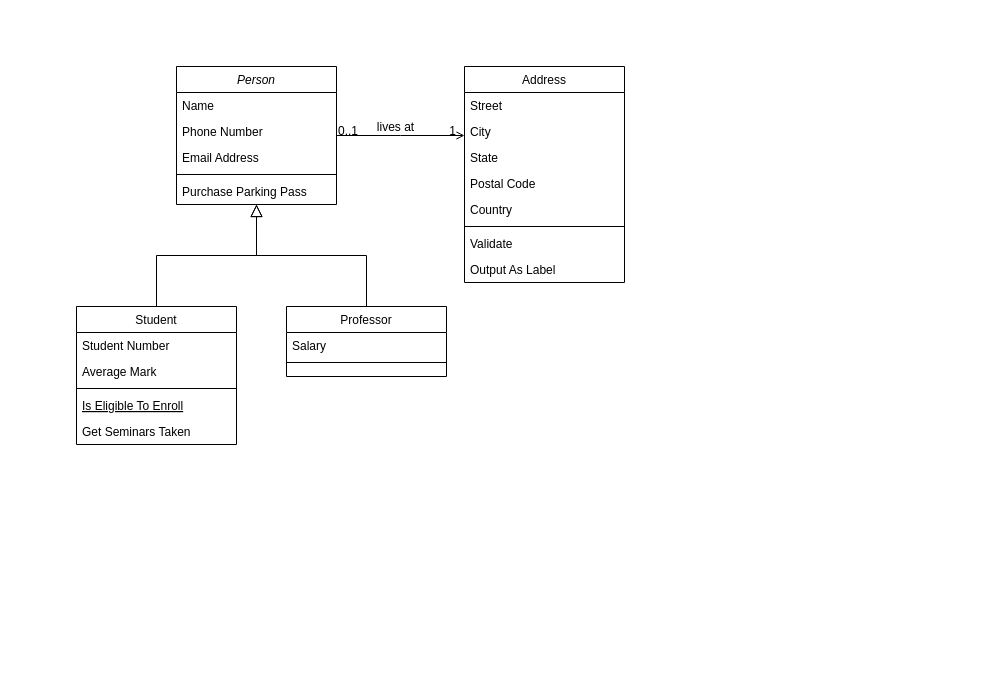
Before: classdiagram.drawio in forthegame/ANU2024, a draw.io diagram. Source tidied: cells renumbered, new cells numbered last; positions are measured from the earlier drawing's top-left corner, leaving out a move shared by most shapes. Both pictures are drawn from the tidied source at 100%, with x=0, y=0 at pixel (76, 66).
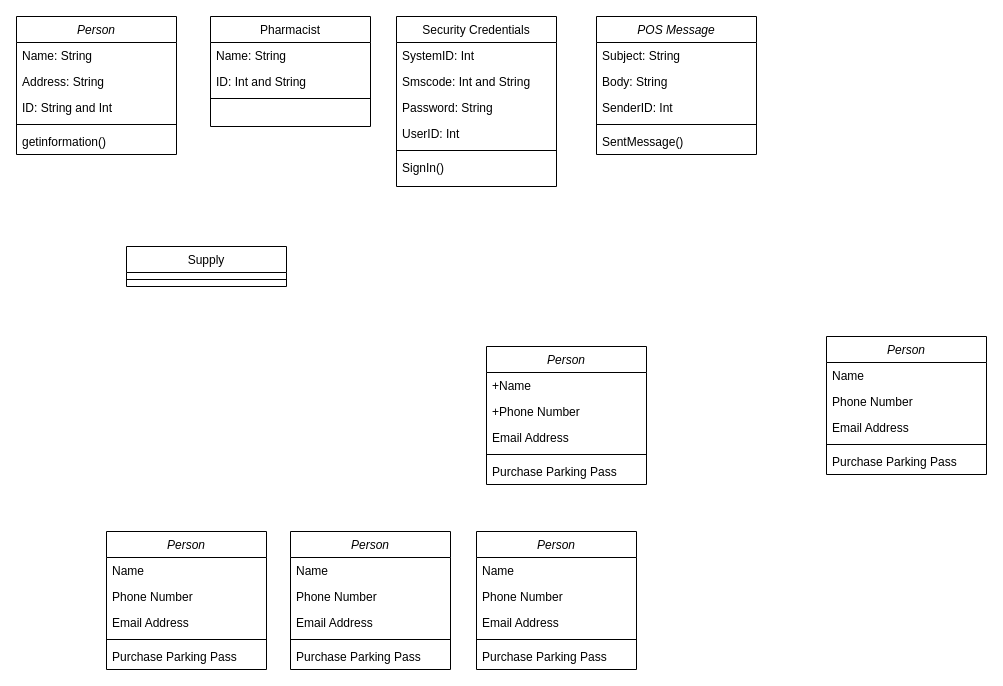
The same page after the edit.

What changed in the source:
```diff
@@
     <mxCell id="2" value="Person" style="swimlane;fontStyle=2;align=center;verticalAlign=top;horizontal=1;startSize=26;rounded=0;shadow=0;strokeWidth=1;" parent="1" vertex="1">
-      <mxGeometry x="100" width="160" height="138" as="geometry" />
+      <mxGeometry x="-60" y="-50" width="160" height="138" as="geometry" />
     </mxCell>
-    <mxCell id="3" value="Name" style="text;align=left;verticalAlign=top;spacingLeft=4;spacingRight=4;overflow=hidden;" parent="2" vertex="1">
+    <mxCell id="3" value="Name: String" style="text;align=left;verticalAlign=top;spacingLeft=4;spacingRight=4;overflow=hidden;" parent="2" vertex="1">
       <mxGeometry y="26" width="160" height="26" as="geometry" />
     </mxCell>
-    <mxCell id="4" value="Phone Number" style="text;align=left;verticalAlign=top;spacingLeft=4;spacingRight=4;overflow=hidden;rounded=0;shadow=0;html=0;" parent="2" vertex="1">
+    <mxCell id="4" value="Address: String" style="text;align=left;verticalAlign=top;spacingLeft=4;spacingRight=4;overflow=hidden;rounded=0;shadow=0;html=0;" parent="2" vertex="1">
       <mxGeometry y="52" width="160" height="26" as="geometry" />
     </mxCell>
-    <mxCell id="5" value="Email Address" style="text;align=left;verticalAlign=top;spacingLeft=4;spacingRight=4;overflow=hidden;rounded=0;shadow=0;html=0;" parent="2" vertex="1">
+    <mxCell id="5" value="ID: String and Int" style="text;align=left;verticalAlign=top;spacingLeft=4;spacingRight=4;overflow=hidden;rounded=0;shadow=0;html=0;" parent="2" vertex="1">
       <mxGeometry y="78" width="160" height="26" as="geometry" />
     </mxCell>
@@
-    <mxCell id="7" value="Purchase Parking Pass" style="text;align=left;verticalAlign=top;spacingLeft=4;spacingRight=4;overflow=hidden;" parent="2" vertex="1">
+    <mxCell id="7" value="getinformation()" style="text;align=left;verticalAlign=top;spacingLeft=4;spacingRight=4;overflow=hidden;" parent="2" vertex="1">
       <mxGeometry y="112" width="160" height="26" as="geometry" />
     </mxCell>
-    <mxCell id="8" value="Student" style="swimlane;fontStyle=0;align=center;verticalAlign=top;horizontal=1;startSize=26;rounded=0;shadow=0;strokeWidth=1;" parent="1" vertex="1">
-      <mxGeometry y="240" width="160" height="138" as="geometry" />
+    <mxCell id="8" value="Pharmacist" style="swimlane;fontStyle=0;align=center;verticalAlign=top;horizontal=1;startSize=26;rounded=0;shadow=0;strokeWidth=1;" parent="1" vertex="1">
+      <mxGeometry x="134" y="-50" width="160" height="110" as="geometry" />
     </mxCell>
-    <mxCell id="9" value="Student Number" style="text;align=left;verticalAlign=top;spacingLeft=4;spacingRight=4;overflow=hidden;" parent="8" vertex="1">
+    <mxCell id="9" value="Name: String" style="text;align=left;verticalAlign=top;spacingLeft=4;spacingRight=4;overflow=hidden;" parent="8" vertex="1">
       <mxGeometry y="26" width="160" height="26" as="geometry" />
     </mxCell>
-    <mxCell id="10" value="Average Mark" style="text;align=left;verticalAlign=top;spacingLeft=4;spacingRight=4;overflow=hidden;rounded=0;shadow=0;html=0;" parent="8" vertex="1">
+    <mxCell id="10" value="ID: Int and String" style="text;align=left;verticalAlign=top;spacingLeft=4;spacingRight=4;overflow=hidden;rounded=0;shadow=0;html=0;" parent="8" vertex="1">
       <mxGeometry y="52" width="160" height="26" as="geometry" />
     </mxCell>
@@
-    <mxCell id="12" value="Is Eligible To Enroll" style="text;align=left;verticalAlign=top;spacingLeft=4;spacingRight=4;overflow=hidden;fontStyle=4;" parent="8" vertex="1">
-      <mxGeometry y="86" width="160" height="26" as="geometry" />
-    </mxCell>
-    <mxCell id="13" value="Get Seminars Taken" style="text;align=left;verticalAlign=top;spacingLeft=4;spacingRight=4;overflow=hidden;" parent="8" vertex="1">
-      <mxGeometry y="112" width="160" height="26" as="geometry" />
-    </mxCell>
-    <mxCell id="14" style="endArrow=block;endSize=10;endFill=0;shadow=0;strokeWidth=1;rounded=0;edgeStyle=elbowEdgeStyle;elbow=vertical;" parent="1" edge="1" source="8" target="2">
-      <mxGeometry relative="1" as="geometry" />
-    </mxCell>
-    <mxCell id="15" value="Professor" style="swimlane;fontStyle=0;align=center;verticalAlign=top;horizontal=1;startSize=26;rounded=0;shadow=0;strokeWidth=1;" parent="1" vertex="1">
-      <mxGeometry x="210" y="240" width="160" height="70" as="geometry" />
+    <mxCell id="15" value="Supply" style="swimlane;fontStyle=0;align=center;verticalAlign=top;horizontal=1;startSize=26;rounded=0;shadow=0;strokeWidth=1;" parent="1" vertex="1">
+      <mxGeometry x="50" y="180" width="160" height="40" as="geometry" />
     </mxCell>
-    <mxCell id="16" value="Salary" style="text;align=left;verticalAlign=top;spacingLeft=4;spacingRight=4;overflow=hidden;" parent="15" vertex="1">
-      <mxGeometry y="26" width="160" height="26" as="geometry" />
-    </mxCell>
     <mxCell id="17" style="line;html=1;strokeWidth=1;align=left;verticalAlign=middle;spacingTop=-1;spacingLeft=3;spacingRight=3;labelPosition=right;" parent="15" vertex="1">
-      <mxGeometry y="52" width="160" height="8" as="geometry" />
+      <mxGeometry y="26" width="160" height="14" as="geometry" />
     </mxCell>
-    <mxCell id="18" style="endArrow=block;endSize=10;endFill=0;shadow=0;strokeWidth=1;rounded=0;edgeStyle=elbowEdgeStyle;elbow=vertical;" parent="1" edge="1" source="15" target="2">
-      <mxGeometry relative="1" as="geometry" />
-    </mxCell>
-    <mxCell id="19" value="Address" style="swimlane;fontStyle=0;align=center;verticalAlign=top;horizontal=1;startSize=26;rounded=0;shadow=0;strokeWidth=1;" parent="1" vertex="1">
-      <mxGeometry x="388" width="160" height="216" as="geometry" />
+    <mxCell id="19" value="Security Credentials" style="swimlane;fontStyle=0;align=center;verticalAlign=top;horizontal=1;startSize=26;rounded=0;shadow=0;strokeWidth=1;" parent="1" vertex="1">
+      <mxGeometry x="320" y="-50" width="160" height="170" as="geometry" />
     </mxCell>
-    <mxCell id="20" value="Street" style="text;align=left;verticalAlign=top;spacingLeft=4;spacingRight=4;overflow=hidden;" parent="19" vertex="1">
+    <mxCell id="20" value="SystemID: Int" style="text;align=left;verticalAlign=top;spacingLeft=4;spacingRight=4;overflow=hidden;" parent="19" vertex="1">
       <mxGeometry y="26" width="160" height="26" as="geometry" />
     </mxCell>
-    <mxCell id="21" value="City" style="text;align=left;verticalAlign=top;spacingLeft=4;spacingRight=4;overflow=hidden;rounded=0;shadow=0;html=0;" parent="19" vertex="1">
+    <mxCell id="21" value="Smscode: Int and String" style="text;align=left;verticalAlign=top;spacingLeft=4;spacingRight=4;overflow=hidden;rounded=0;shadow=0;html=0;" parent="19" vertex="1">
       <mxGeometry y="52" width="160" height="26" as="geometry" />
     </mxCell>
-    <mxCell id="22" value="State" style="text;align=left;verticalAlign=top;spacingLeft=4;spacingRight=4;overflow=hidden;rounded=0;shadow=0;html=0;" parent="19" vertex="1">
+    <mxCell id="22" value="Password: String" style="text;align=left;verticalAlign=top;spacingLeft=4;spacingRight=4;overflow=hidden;rounded=0;shadow=0;html=0;" parent="19" vertex="1">
       <mxGeometry y="78" width="160" height="26" as="geometry" />
     </mxCell>
-    <mxCell id="23" value="Postal Code" style="text;align=left;verticalAlign=top;spacingLeft=4;spacingRight=4;overflow=hidden;rounded=0;shadow=0;html=0;" parent="19" vertex="1">
+    <mxCell id="23" value="UserID: Int" style="text;align=left;verticalAlign=top;spacingLeft=4;spacingRight=4;overflow=hidden;rounded=0;shadow=0;html=0;" parent="19" vertex="1">
       <mxGeometry y="104" width="160" height="26" as="geometry" />
     </mxCell>
-    <mxCell id="24" value="Country" style="text;align=left;verticalAlign=top;spacingLeft=4;spacingRight=4;overflow=hidden;rounded=0;shadow=0;html=0;" parent="19" vertex="1">
-      <mxGeometry y="130" width="160" height="26" as="geometry" />
-    </mxCell>
     <mxCell id="25" style="line;html=1;strokeWidth=1;align=left;verticalAlign=middle;spacingTop=-1;spacingLeft=3;spacingRight=3;labelPosition=right;" parent="19" vertex="1">
-      <mxGeometry y="156" width="160" height="8" as="geometry" />
+      <mxGeometry y="130" width="160" height="8" as="geometry" />
     </mxCell>
-    <mxCell id="26" value="Validate" style="text;align=left;verticalAlign=top;spacingLeft=4;spacingRight=4;overflow=hidden;" parent="19" vertex="1">
-      <mxGeometry y="164" width="160" height="26" as="geometry" />
+    <mxCell id="26" value="SignIn()" style="text;align=left;verticalAlign=top;spacingLeft=4;spacingRight=4;overflow=hidden;" parent="19" vertex="1">
+      <mxGeometry y="138" width="160" height="26" as="geometry" />
     </mxCell>
-    <mxCell id="27" value="Output As Label" style="text;align=left;verticalAlign=top;spacingLeft=4;spacingRight=4;overflow=hidden;" parent="19" vertex="1">
-      <mxGeometry y="190" width="160" height="26" as="geometry" />
-    </mxCell>
-    <mxCell id="28" style="endArrow=open;shadow=0;strokeWidth=1;rounded=0;endFill=1;edgeStyle=elbowEdgeStyle;elbow=vertical;" parent="1" edge="1" source="2" target="19">
-      <mxGeometry x="0.5" y="41" relative="1" as="geometry">
-        <mxPoint x="-40" y="32" as="offset" />
-      </mxGeometry>
-    </mxCell>
-    <mxCell id="29" value="0..1" style="align=left;verticalAlign=bottom;labelBackgroundColor=none;fontSize=12;" parent="28" vertex="1">
-      <mxGeometry x="-1" relative="1" as="geometry">
-        <mxPoint y="4" as="offset" />
-      </mxGeometry>
-    </mxCell>
-    <mxCell id="30" value="1" style="align=right;verticalAlign=bottom;labelBackgroundColor=none;fontSize=12;" parent="28" vertex="1">
-      <mxGeometry x="1" relative="1" as="geometry">
-        <mxPoint x="-7" y="4" as="offset" />
-      </mxGeometry>
-    </mxCell>
-    <mxCell id="31" value="lives at" style="text;html=1;align=center;verticalAlign=middle;labelBackgroundColor=none;rounded=0;shadow=0;strokeWidth=1;fontSize=12;" parent="28" vertex="1">
-      <mxGeometry x="0.5" y="49" relative="1" as="geometry">
-        <mxPoint x="-38" y="40" as="offset" />
-      </mxGeometry>
-    </mxCell>
+    <mxCell id="32" value="Person" style="swimlane;fontStyle=2;align=center;verticalAlign=top;horizontal=1;startSize=26;rounded=0;shadow=0;strokeWidth=1;" parent="1" vertex="1">
+      <mxGeometry x="410" y="280" width="160" height="138" as="geometry" />
+    </mxCell>
+    <mxCell id="33" value="+Name" style="text;align=left;verticalAlign=top;spacingLeft=4;spacingRight=4;overflow=hidden;" parent="32" vertex="1">
+      <mxGeometry y="26" width="160" height="26" as="geometry" />
+    </mxCell>
+    <mxCell id="34" value="+Phone Number&#10;" style="text;align=left;verticalAlign=top;spacingLeft=4;spacingRight=4;overflow=hidden;rounded=0;shadow=0;html=0;" parent="32" vertex="1">
+      <mxGeometry y="52" width="160" height="26" as="geometry" />
+    </mxCell>
+    <mxCell id="35" value="Email Address" style="text;align=left;verticalAlign=top;spacingLeft=4;spacingRight=4;overflow=hidden;rounded=0;shadow=0;html=0;" parent="32" vertex="1">
+      <mxGeometry y="78" width="160" height="26" as="geometry" />
+    </mxCell>
+    <mxCell id="36" style="line;html=1;strokeWidth=1;align=left;verticalAlign=middle;spacingTop=-1;spacingLeft=3;spacingRight=3;labelPosition=right;" parent="32" vertex="1">
+      <mxGeometry y="104" width="160" height="8" as="geometry" />
+    </mxCell>
+    <mxCell id="37" value="Purchase Parking Pass" style="text;align=left;verticalAlign=top;spacingLeft=4;spacingRight=4;overflow=hidden;" parent="32" vertex="1">
+      <mxGeometry y="112" width="160" height="26" as="geometry" />
+    </mxCell>
+    <mxCell id="38" value="Person" style="swimlane;fontStyle=2;align=center;verticalAlign=top;horizontal=1;startSize=26;rounded=0;shadow=0;strokeWidth=1;" parent="1" vertex="1">
+      <mxGeometry x="30" y="465" width="160" height="138" as="geometry" />
+    </mxCell>
+    <mxCell id="39" value="Name" style="text;align=left;verticalAlign=top;spacingLeft=4;spacingRight=4;overflow=hidden;" parent="38" vertex="1">
+      <mxGeometry y="26" width="160" height="26" as="geometry" />
+    </mxCell>
+    <mxCell id="40" value="Phone Number&#10;" style="text;align=left;verticalAlign=top;spacingLeft=4;spacingRight=4;overflow=hidden;rounded=0;shadow=0;html=0;" parent="38" vertex="1">
+      <mxGeometry y="52" width="160" height="26" as="geometry" />
+    </mxCell>
+    <mxCell id="41" value="Email Address" style="text;align=left;verticalAlign=top;spacingLeft=4;spacingRight=4;overflow=hidden;rounded=0;shadow=0;html=0;" parent="38" vertex="1">
+      <mxGeometry y="78" width="160" height="26" as="geometry" />
+    </mxCell>
+    <mxCell id="42" style="line;html=1;strokeWidth=1;align=left;verticalAlign=middle;spacingTop=-1;spacingLeft=3;spacingRight=3;labelPosition=right;" parent="38" vertex="1">
+      <mxGeometry y="104" width="160" height="8" as="geometry" />
+    </mxCell>
+    <mxCell id="43" value="Purchase Parking Pass" style="text;align=left;verticalAlign=top;spacingLeft=4;spacingRight=4;overflow=hidden;" parent="38" vertex="1">
+      <mxGeometry y="112" width="160" height="26" as="geometry" />
+    </mxCell>
+    <mxCell id="44" value="Person" style="swimlane;fontStyle=2;align=center;verticalAlign=top;horizontal=1;startSize=26;rounded=0;shadow=0;strokeWidth=1;" parent="1" vertex="1">
+      <mxGeometry x="214" y="465" width="160" height="138" as="geometry" />
+    </mxCell>
+    <mxCell id="45" value="Name" style="text;align=left;verticalAlign=top;spacingLeft=4;spacingRight=4;overflow=hidden;" parent="44" vertex="1">
+      <mxGeometry y="26" width="160" height="26" as="geometry" />
+    </mxCell>
+    <mxCell id="46" value="Phone Number&#10;" style="text;align=left;verticalAlign=top;spacingLeft=4;spacingRight=4;overflow=hidden;rounded=0;shadow=0;html=0;" parent="44" vertex="1">
+      <mxGeometry y="52" width="160" height="26" as="geometry" />
+    </mxCell>
+    <mxCell id="47" value="Email Address" style="text;align=left;verticalAlign=top;spacingLeft=4;spacingRight=4;overflow=hidden;rounded=0;shadow=0;html=0;" parent="44" vertex="1">
+      <mxGeometry y="78" width="160" height="26" as="geometry" />
+    </mxCell>
+    <mxCell id="48" style="line;html=1;strokeWidth=1;align=left;verticalAlign=middle;spacingTop=-1;spacingLeft=3;spacingRight=3;labelPosition=right;" parent="44" vertex="1">
+      <mxGeometry y="104" width="160" height="8" as="geometry" />
+    </mxCell>
+    <mxCell id="49" value="Purchase Parking Pass" style="text;align=left;verticalAlign=top;spacingLeft=4;spacingRight=4;overflow=hidden;" parent="44" vertex="1">
+      <mxGeometry y="112" width="160" height="26" as="geometry" />
+    </mxCell>
+    <mxCell id="50" value="Person" style="swimlane;fontStyle=2;align=center;verticalAlign=top;horizontal=1;startSize=26;rounded=0;shadow=0;strokeWidth=1;" parent="1" vertex="1">
+      <mxGeometry x="400" y="465" width="160" height="138" as="geometry" />
+    </mxCell>
+    <mxCell id="51" value="Name" style="text;align=left;verticalAlign=top;spacingLeft=4;spacingRight=4;overflow=hidden;" parent="50" vertex="1">
+      <mxGeometry y="26" width="160" height="26" as="geometry" />
+    </mxCell>
+    <mxCell id="52" value="Phone Number&#10;" style="text;align=left;verticalAlign=top;spacingLeft=4;spacingRight=4;overflow=hidden;rounded=0;shadow=0;html=0;" parent="50" vertex="1">
+      <mxGeometry y="52" width="160" height="26" as="geometry" />
+    </mxCell>
+    <mxCell id="53" value="Email Address" style="text;align=left;verticalAlign=top;spacingLeft=4;spacingRight=4;overflow=hidden;rounded=0;shadow=0;html=0;" parent="50" vertex="1">
+      <mxGeometry y="78" width="160" height="26" as="geometry" />
+    </mxCell>
+    <mxCell id="54" style="line;html=1;strokeWidth=1;align=left;verticalAlign=middle;spacingTop=-1;spacingLeft=3;spacingRight=3;labelPosition=right;" parent="50" vertex="1">
+      <mxGeometry y="104" width="160" height="8" as="geometry" />
+    </mxCell>
+    <mxCell id="55" value="Purchase Parking Pass" style="text;align=left;verticalAlign=top;spacingLeft=4;spacingRight=4;overflow=hidden;" parent="50" vertex="1">
+      <mxGeometry y="112" width="160" height="26" as="geometry" />
+    </mxCell>
+    <mxCell id="56" value="POS Message" style="swimlane;fontStyle=2;align=center;verticalAlign=top;horizontal=1;startSize=26;rounded=0;shadow=0;strokeWidth=1;" parent="1" vertex="1">
+      <mxGeometry x="520" y="-50" width="160" height="138" as="geometry" />
+    </mxCell>
+    <mxCell id="57" value="Subject: String" style="text;align=left;verticalAlign=top;spacingLeft=4;spacingRight=4;overflow=hidden;" parent="56" vertex="1">
+      <mxGeometry y="26" width="160" height="26" as="geometry" />
+    </mxCell>
+    <mxCell id="58" value="Body: String" style="text;align=left;verticalAlign=top;spacingLeft=4;spacingRight=4;overflow=hidden;rounded=0;shadow=0;html=0;" parent="56" vertex="1">
+      <mxGeometry y="52" width="160" height="26" as="geometry" />
+    </mxCell>
+    <mxCell id="59" value="SenderID: Int" style="text;align=left;verticalAlign=top;spacingLeft=4;spacingRight=4;overflow=hidden;rounded=0;shadow=0;html=0;" parent="56" vertex="1">
+      <mxGeometry y="78" width="160" height="26" as="geometry" />
+    </mxCell>
+    <mxCell id="60" style="line;html=1;strokeWidth=1;align=left;verticalAlign=middle;spacingTop=-1;spacingLeft=3;spacingRight=3;labelPosition=right;" parent="56" vertex="1">
+      <mxGeometry y="104" width="160" height="8" as="geometry" />
+    </mxCell>
+    <mxCell id="61" value="SentMessage()" style="text;align=left;verticalAlign=top;spacingLeft=4;spacingRight=4;overflow=hidden;" parent="56" vertex="1">
+      <mxGeometry y="112" width="160" height="26" as="geometry" />
+    </mxCell>
+    <mxCell id="62" value="Person" style="swimlane;fontStyle=2;align=center;verticalAlign=top;horizontal=1;startSize=26;rounded=0;shadow=0;strokeWidth=1;" parent="1" vertex="1">
+      <mxGeometry x="750" y="270" width="160" height="138" as="geometry" />
+    </mxCell>
+    <mxCell id="63" value="Name" style="text;align=left;verticalAlign=top;spacingLeft=4;spacingRight=4;overflow=hidden;" parent="62" vertex="1">
+      <mxGeometry y="26" width="160" height="26" as="geometry" />
+    </mxCell>
+    <mxCell id="64" value="Phone Number&#10;" style="text;align=left;verticalAlign=top;spacingLeft=4;spacingRight=4;overflow=hidden;rounded=0;shadow=0;html=0;" parent="62" vertex="1">
+      <mxGeometry y="52" width="160" height="26" as="geometry" />
+    </mxCell>
+    <mxCell id="65" value="Email Address" style="text;align=left;verticalAlign=top;spacingLeft=4;spacingRight=4;overflow=hidden;rounded=0;shadow=0;html=0;" parent="62" vertex="1">
+      <mxGeometry y="78" width="160" height="26" as="geometry" />
+    </mxCell>
+    <mxCell id="66" style="line;html=1;strokeWidth=1;align=left;verticalAlign=middle;spacingTop=-1;spacingLeft=3;spacingRight=3;labelPosition=right;" parent="62" vertex="1">
+      <mxGeometry y="104" width="160" height="8" as="geometry" />
+    </mxCell>
+    <mxCell id="67" value="Purchase Parking Pass" style="text;align=left;verticalAlign=top;spacingLeft=4;spacingRight=4;overflow=hidden;" parent="62" vertex="1">
+      <mxGeometry y="112" width="160" height="26" as="geometry" />
+    </mxCell>
```
